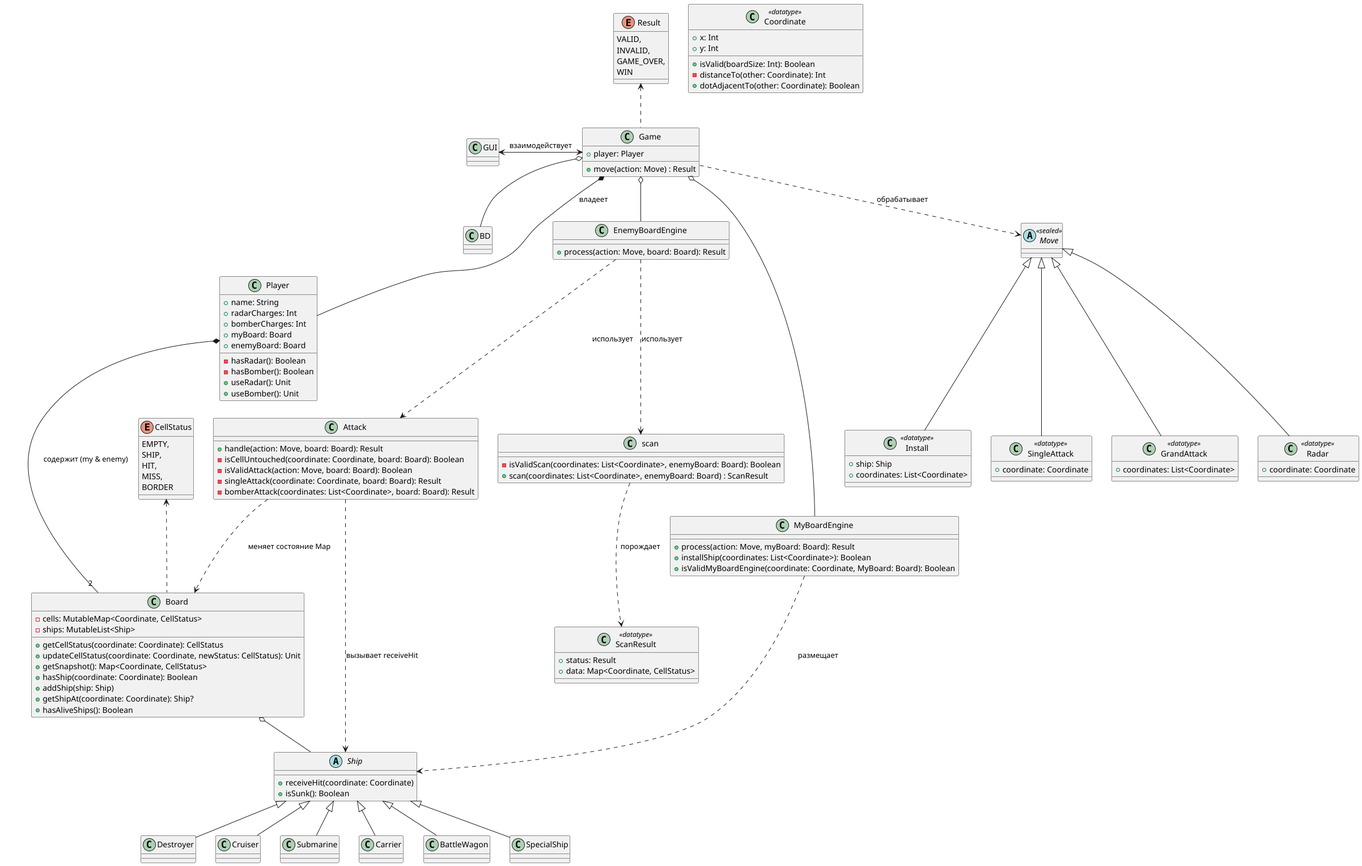
Earlier version of the PlantUML export src/main/classes/resources/GRAPH.png (leonilkuz-13/boardgame_tracker_desktop).
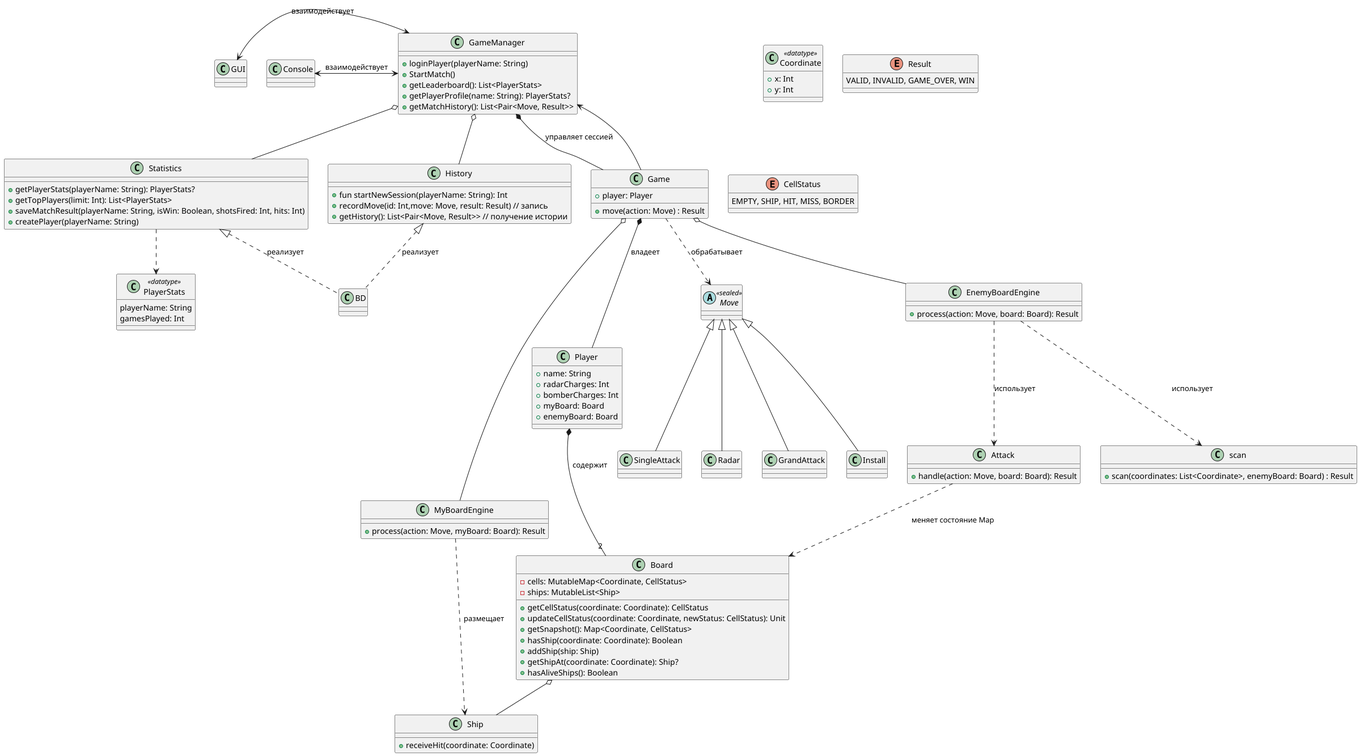
After the commit.

The edit, as a diff of the source:
```diff
@@ -1,34 +1,48 @@
 @startuml
 
-class Coordinate <<datatype>> {
-  +x: Int
-  +y: Int
-  +isValid(boardSize: Int): Boolean
-  -distanceTo(other: Coordinate): Int
-  +dotAdjacentTo(other: Coordinate): Boolean
+
+class GUI {
 }
 
-enum Result {
-    VALID,
-    INVALID,
-    GAME_OVER,
-    WIN
+class Console {
 }
 
-enum CellStatus {
-    EMPTY,
-    SHIP,
-    HIT,
-    MISS,
-    BORDER
+class GameManager {
+    +loginPlayer(playerName: String)
+    +StartMatch()
+    +getLeaderboard(): List<PlayerStats>
+    +getPlayerProfile(name: String): PlayerStats?
+    +getMatchHistory(): List<Pair<Move, Result>>
 }
 
-class GUI
-class BD
+class Statistics {
+    +getPlayerStats(playerName: String): PlayerStats?
+    +getTopPlayers(limit: Int): List<PlayerStats>
+    +saveMatchResult(playerName: String, isWin: Boolean, shotsFired: Int, hits: Int)
+    +createPlayer(playerName: String)
+}
+
+class History {
+    +fun startNewSession(playerName: String): Int
+    +recordMove(id: Int,move: Move, result: Result) // запись
+    +getHistory(): List<Pair<Move, Result>> // получение истории
+}
+
+class BD {
+}
+
 
 class Game {
     +player: Player
     +move(action: Move) : Result
+}
+
+class Player {
+    +name: String
+    +radarCharges: Int
+    +bomberCharges: Int
+    +myBoard: Board
+    +enemyBoard: Board
 }
 
 class Board {
@@ -43,104 +57,80 @@
     +hasAliveShips(): Boolean
 }
 
-class Player {
-    +name: String
-    +radarCharges: Int
-    +bomberCharges: Int
-    +myBoard: Board
-    +enemyBoard: Board
-    -hasRadar(): Boolean
-    -hasBomber(): Boolean
-    +useRadar(): Unit
-    +useBomber(): Unit
+
+class Coordinate <<datatype>> {
+  +x: Int
+  +y: Int
 }
+
+enum Result {
+    VALID, INVALID, GAME_OVER, WIN
+}
+
+enum CellStatus {
+    EMPTY, SHIP, HIT, MISS, BORDER
+}
+
+abstract class Move <<sealed>>
+class SingleAttack
+class Radar
+class GrandAttack
+class Install
 
 class EnemyBoardEngine {
     +process(action: Move, board: Board): Result
 }
 
-class scan {
-    -isValidScan(coordinates: List<Coordinate>, enemyBoard: Board): Boolean
-    +scan(coordinates: List<Coordinate>, enemyBoard: Board) : ScanResult
+class MyBoardEngine {
+    +process(action: Move, myBoard: Board): Result
 }
 
 class Attack {
     +handle(action: Move, board: Board): Result
-    -isCellUntouched(coordinate: Coordinate, board: Board): Boolean
-    -isValidAttack(action: Move, board: Board): Boolean
-    -singleAttack(coordinate: Coordinate, board: Board): Result
-    -bomberAttack(coordinates: List<Coordinate>, board: Board): Result
 }
 
-class MyBoardEngine {
-    +process(action: Move, myBoard: Board): Result
-    +installShip(coordinates: List<Coordinate>): Boolean
-    +isValidMyBoardEngine(coordinate: Coordinate, MyBoard: Board): Boolean
+class scan {
+    +scan(coordinates: List<Coordinate>, enemyBoard: Board) : Result
 }
 
-abstract class Ship {
+class Ship {
     +receiveHit(coordinate: Coordinate)
-    +isSunk(): Boolean
 }
 
-class Destroyer
-class Cruiser
-class Submarine
-class Carrier
-class BattleWagon
-class SpecialShip
-
-abstract class Move <<sealed>>
-
-class Install <<datatype>> {
-    +ship: Ship
-    +coordinates: List<Coordinate>
-}
-class SingleAttack <<datatype>> {
-    +coordinate: Coordinate
-}
-class GrandAttack <<datatype>> {
-    +coordinates: List<Coordinate>
-}
-class Radar <<datatype>> {
-    +coordinate: Coordinate
+class PlayerStats <<datatype>>{
+    playerName: String
+    gamesPlayed: Int
 }
 
-class ScanResult <<datatype>> {
-    +status: Result
-    +data: Map<Coordinate, CellStatus>
-}
+
+GUI <-> GameManager : взаимодействует
+Console <-> GameManager : взаимодействует
+GameManager *-- Game : управляет сессией
+Game --> GameManager
+
+GameManager o-- Statistics
+GameManager o-- History
+
+Statistics <|.. BD : реализует
+History <|.. BD : реализует
+
+Game *-- Player : владеет
+Player *-- "2" Board : содержит
+Board o-- Ship
+Game o-- EnemyBoardEngine
+Game o-- MyBoardEngine
+Game ..> Move : обрабатывает
+
+EnemyBoardEngine ..> scan : использует
+EnemyBoardEngine ..> Attack : использует
+Attack ..> Board : меняет состояние Map
+MyBoardEngine ..> Ship : размещает
 
 Move <|-- Install
 Move <|-- SingleAttack
 Move <|-- GrandAttack
 Move <|-- Radar
 
-Ship <|-- Destroyer
-Ship <|-- Cruiser
-Ship <|-- Submarine
-Ship <|-- Carrier
-Ship <|-- BattleWagon
-Ship <|-- SpecialShip
-
-Game *-- Player : владеет
-Player *-- "2" Board : содержит (my & enemy)
-Board o-- Ship
-
-Game o-- EnemyBoardEngine
-Game o-- MyBoardEngine
-Game o-- BD
-
-Game ..> Move : обрабатывает
-GUI <-> Game : взаимодействует
-EnemyBoardEngine ..> scan : использует
-EnemyBoardEngine ..> Attack : использует
-Attack ..> Board : меняет состояние Map
-Attack ..> Ship : вызывает receiveHit
-scan ..> ScanResult : порождает
-MyBoardEngine ..> Ship : размещает
-
-Result <.. Game
-CellStatus <.. Board
+Statistics ..> PlayerStats
 
 @enduml
```
